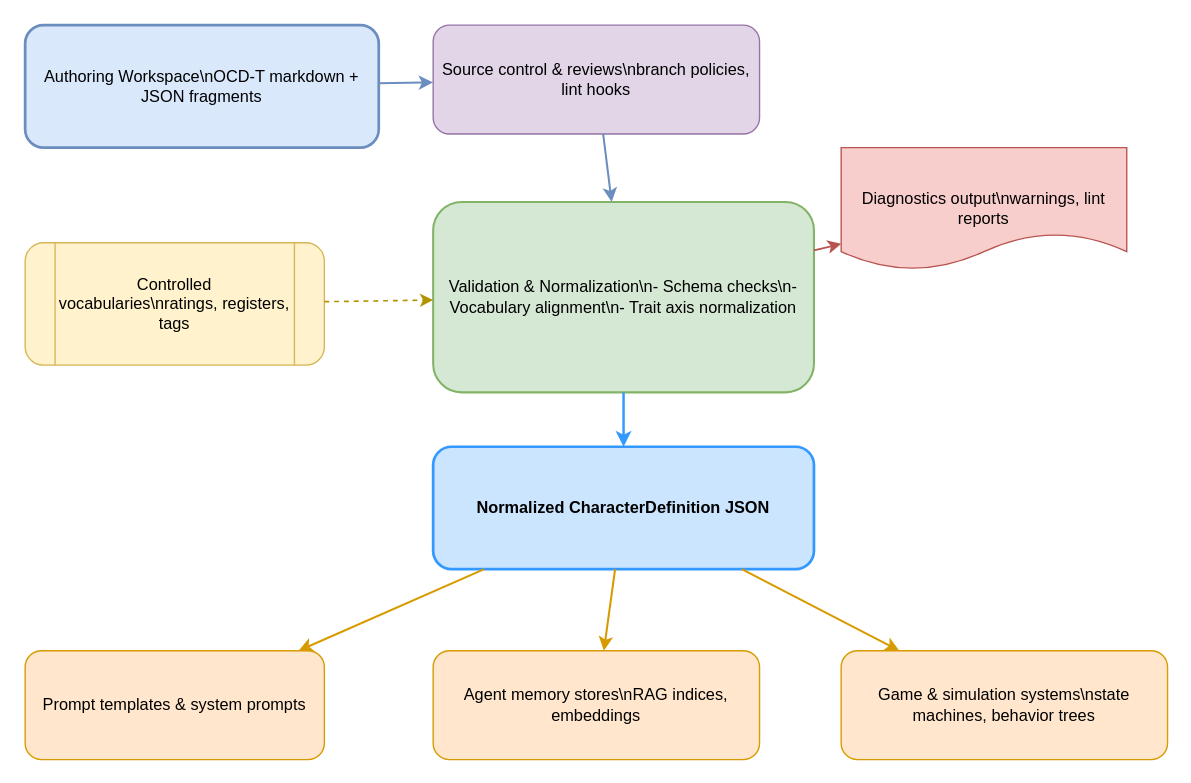
Open-Character-Design/OCD-Specification keeps this draw.io diagram as docs/assets/diagrams/data-flow-ocd-to-json.drawio. Above is the earlier version. Source tidied: cells renumbered, new cells numbered last; positions are measured from the earlier drawing's top-left corner, leaving out a move shared by most shapes. Both pictures are drawn from the tidied source at 136%, with x=0, y=0 at pixel (24, 24).
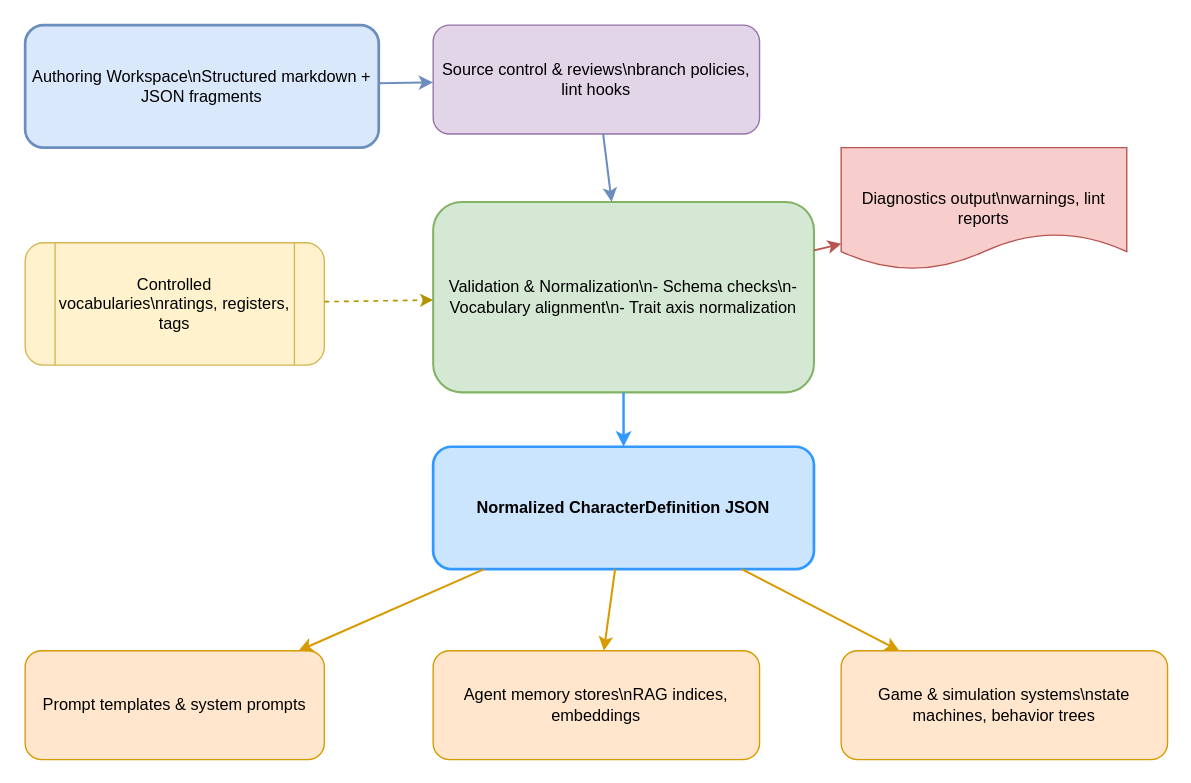
After the change.

What changed in the source:
```diff
@@
 <mxGraphModel>
   <root>
     <mxCell id="0" />
     <mxCell id="1" parent="0" />
-    <mxCell id="2" value="Authoring Workspace\nOCD-T markdown + JSON fragments" style="rounded=1;whiteSpace=wrap;html=1;fillColor=#dae8fc;strokeColor=#6c8ebf;strokeWidth=2;" parent="1" vertex="1">
+    <mxCell id="2" value="Authoring Workspace\nStructured markdown + JSON fragments" style="rounded=1;whiteSpace=wrap;html=1;fillColor=#dae8fc;strokeColor=#6c8ebf;strokeWidth=2;" parent="1" vertex="1">
       <mxGeometry width="260" height="90" as="geometry" />
     </mxCell>
     <mxCell id="3" value="Source control &amp; reviews\nbranch policies, lint hooks" style="rounded=1;whiteSpace=wrap;html=1;fillColor=#e1d5e7;strokeColor=#9673a6;" parent="1" vertex="1">
       <mxGeometry x="300" width="240" height="80" as="geometry" />
     </mxCell>
     <mxCell id="4" value="Validation &amp; Normalization\n- Schema checks\n- Vocabulary alignment\n- Trait axis normalization" style="rounded=1;whiteSpace=wrap;html=1;fillColor=#d5e8d4;strokeColor=#82b366;strokeWidth=1.5;" parent="1" vertex="1">
       <mxGeometry x="300" y="130" width="280" height="140" as="geometry" />
     </mxCell>
     <mxCell id="5" value="Controlled vocabularies\nratings, registers, tags" style="shape=process;whiteSpace=wrap;html=1;rounded=1;fillColor=#fff2cc;strokeColor=#d6b656;" parent="1" vertex="1">
       <mxGeometry y="160" width="220" height="90" as="geometry" />
     </mxCell>
     <mxCell id="6" value="Diagnostics output\nwarnings, lint reports" style="shape=document;whiteSpace=wrap;html=1;rounded=0;fillColor=#f8cecc;strokeColor=#b85450;" parent="1" vertex="1">
       <mxGeometry x="600" y="90" width="210" height="90" as="geometry" />
     </mxCell>
     <mxCell id="7" value="Normalized CharacterDefinition JSON" style="rounded=1;whiteSpace=wrap;html=1;fontStyle=1;fillColor=#cce5ff;strokeColor=#3399ff;strokeWidth=2;" parent="1" vertex="1">
       <mxGeometry x="300" y="310" width="280" height="90" as="geometry" />
     </mxCell>
     <mxCell id="8" value="Prompt templates &amp; system prompts" style="rounded=1;whiteSpace=wrap;html=1;fillColor=#ffe6cc;strokeColor=#d79b00;" parent="1" vertex="1">
       <mxGeometry y="460" width="220" height="80" as="geometry" />
     </mxCell>
     <mxCell id="9" value="Agent memory stores\nRAG indices, embeddings" style="rounded=1;whiteSpace=wrap;html=1;fillColor=#ffe6cc;strokeColor=#d79b00;" parent="1" vertex="1">
       <mxGeometry x="300" y="460" width="240" height="80" as="geometry" />
     </mxCell>
     <mxCell id="10" value="Game &amp; simulation systems\nstate machines, behavior trees" style="rounded=1;whiteSpace=wrap;html=1;fillColor=#ffe6cc;strokeColor=#d79b00;" parent="1" vertex="1">
       <mxGeometry x="600" y="460" width="240" height="80" as="geometry" />
     </mxCell>
     <mxCell id="11" style="endArrow=classic;html=1;strokeColor=#6c8ebf;strokeWidth=1.5;" parent="1" edge="1" source="2" target="3">
       <mxGeometry relative="1" as="geometry" />
     </mxCell>
     <mxCell id="12" style="endArrow=classic;html=1;strokeColor=#6c8ebf;strokeWidth=1.5;" parent="1" edge="1" source="3" target="4">
       <mxGeometry relative="1" as="geometry" />
     </mxCell>
     <mxCell id="13" style="endArrow=classic;html=1;strokeColor=#b09500;dashed=1;strokeWidth=1.2;" parent="1" edge="1" source="5" target="4">
       <mxGeometry relative="1" as="geometry" />
     </mxCell>
     <mxCell id="14" style="endArrow=classic;html=1;strokeColor=#b85450;strokeWidth=1.3;" parent="1" edge="1" source="4" target="6">
       <mxGeometry relative="1" as="geometry" />
     </mxCell>
     <mxCell id="15" style="endArrow=classic;html=1;strokeColor=#3399ff;strokeWidth=1.8;" parent="1" edge="1" source="4" target="7">
       <mxGeometry relative="1" as="geometry" />
     </mxCell>
     <mxCell id="16" style="endArrow=classic;html=1;strokeColor=#d79b00;strokeWidth=1.5;" parent="1" edge="1" source="7" target="8">
       <mxGeometry relative="1" as="geometry" />
     </mxCell>
     <mxCell id="17" style="endArrow=classic;html=1;strokeColor=#d79b00;strokeWidth=1.5;" parent="1" edge="1" source="7" target="9">
       <mxGeometry relative="1" as="geometry" />
     </mxCell>
     <mxCell id="18" style="endArrow=classic;html=1;strokeColor=#d79b00;strokeWidth=1.5;" parent="1" edge="1" source="7" target="10">
       <mxGeometry relative="1" as="geometry" />
     </mxCell>
   </root>
 </mxGraphModel>
```
